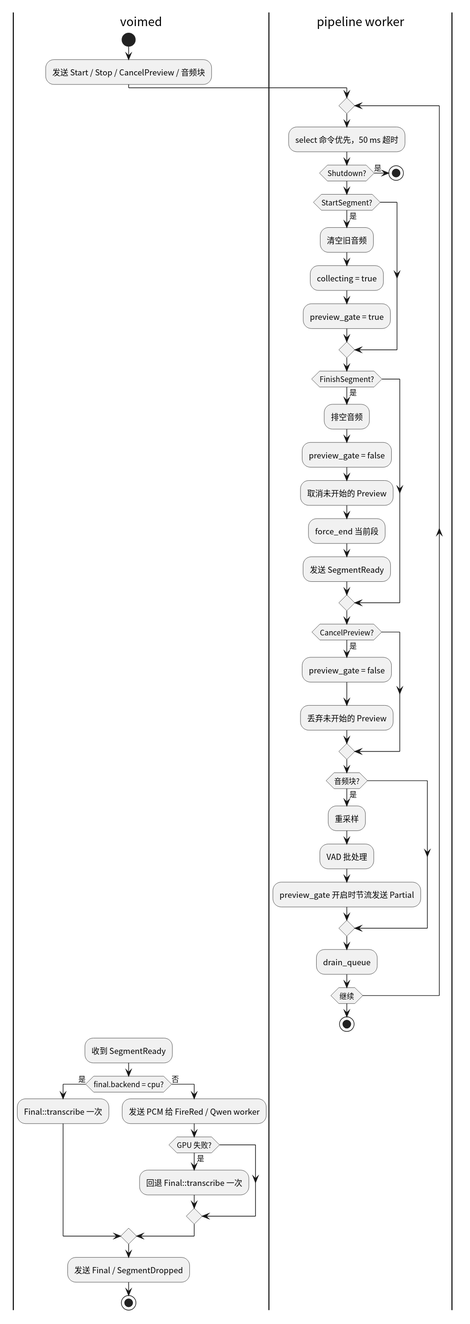
This is crates/voime-core/diagram/pipeline-flow.svg from 54m43lJ/voime, a PlantUML export, as it was before one commit.
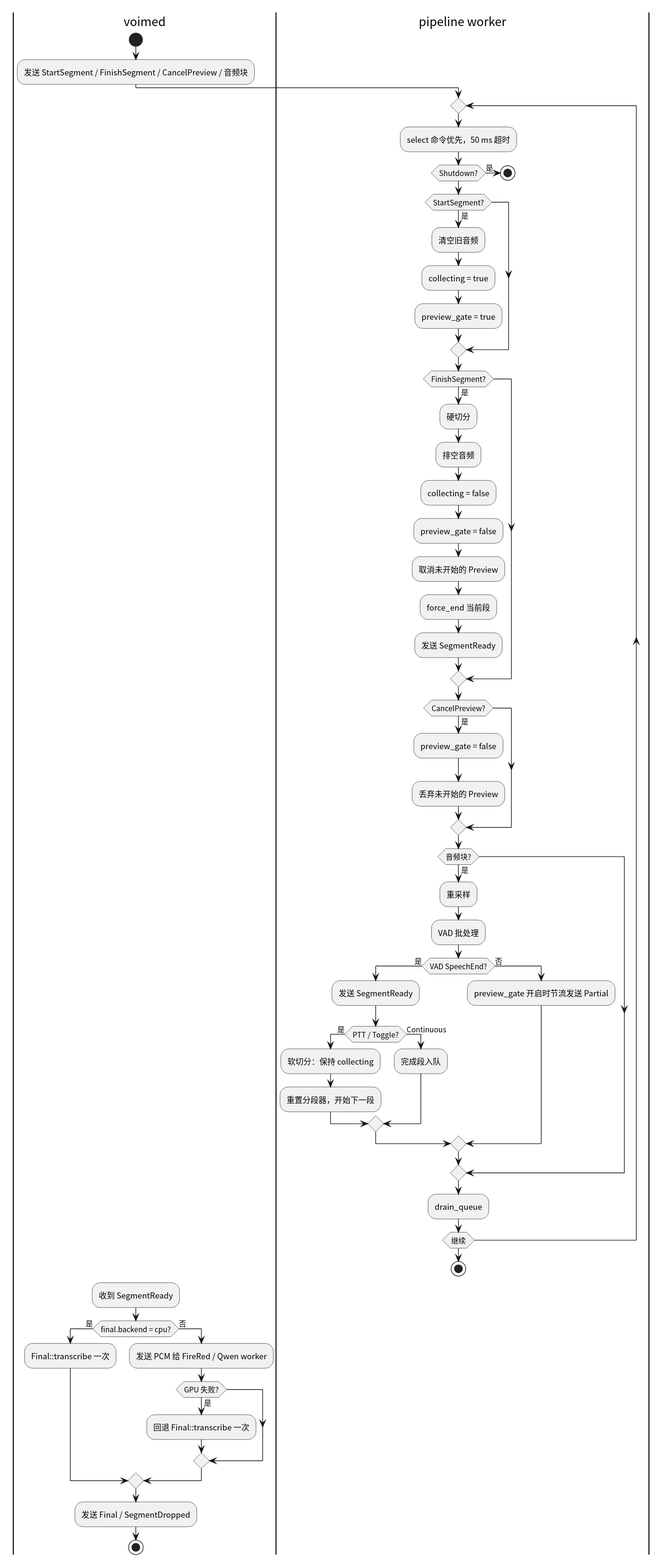
After the commit.

The edit, as a diff of the source:
```diff
@@ -4,7 +4,7 @@
 
 |voimed|
 start
-:发送 Start / Stop / CancelPreview / 音频块;
+:发送 StartSegment / FinishSegment / CancelPreview / 音频块;
 
 |pipeline worker|
 repeat
@@ -18,7 +18,9 @@
     :preview_gate = true;
   endif
   if (FinishSegment?) then (是)
+    :硬切分;
     :排空音频;
+    :collecting = false;
     :preview_gate = false;
     :取消未开始的 Preview;
     :force_end 当前段;
@@ -31,7 +33,17 @@
   if (音频块?) then (是)
     :重采样;
     :VAD 批处理;
-    :preview_gate 开启时节流发送 Partial;
+    if (VAD SpeechEnd?) then (是)
+      :发送 SegmentReady;
+      if (PTT / Toggle?) then (是)
+        :软切分：保持 collecting;
+        :重置分段器，开始下一段;
+      else (Continuous)
+        :完成段入队;
+      endif
+    else (否)
+      :preview_gate 开启时节流发送 Partial;
+    endif
   endif
   :drain_queue;
 repeat while (继续)
```
